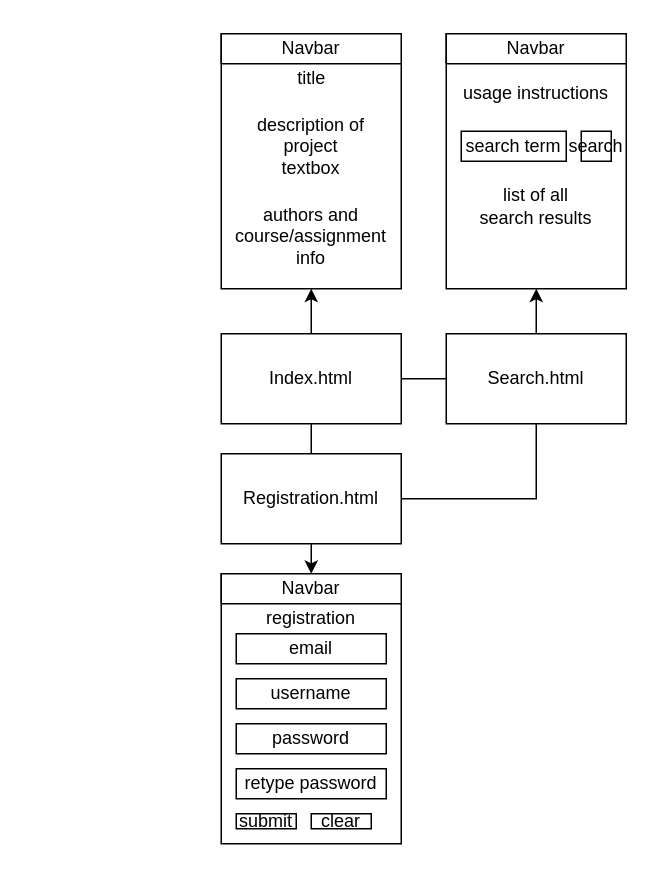
Earlier version of the draw.io diagram wireframes/WireframesAssign2.drawio (sliceofpizzaxd/CST8285-Assignment2). Source tidied: cells renumbered, new cells numbered last; positions are measured from the earlier drawing's top-left corner, leaving out a move shared by most shapes. Both pictures are drawn from the tidied source at 150%, with x=0, y=0 at pixel (220, 26).
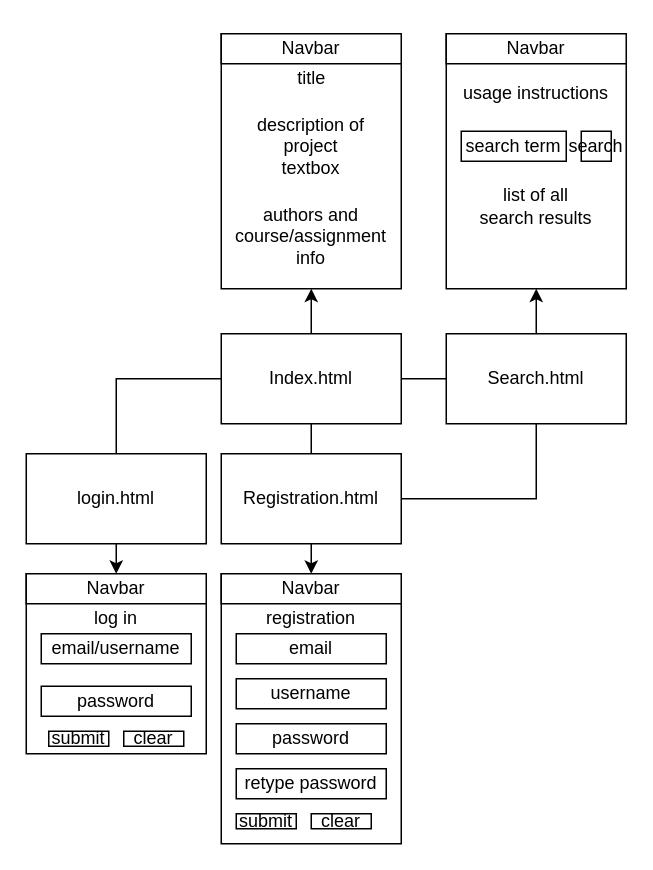
The same diagram, later.

The change refers to these unchanged cells:
```xml
<mxCell id="3" value="Index.html" style="rounded=0;whiteSpace=wrap;html=1;" parent="1" vertex="1">
  <mxGeometry y="205" width="120" height="60" as="geometry" />
</mxCell>
```

The edit, as a diff of the source:
```diff
@@
+    <mxCell id="42" style="edgeStyle=orthogonalEdgeStyle;rounded=0;jettySize=auto;html=1;entryX=0;entryY=0.5;entryDx=0;entryDy=0;exitX=0;exitY=0.5;exitDx=0;exitDy=0;" parent="1" edge="1" source="3" target="43">
+      <mxGeometry relative="1" as="geometry" />
+    </mxCell>
+    <mxCell id="43" style="rounded=0;whiteSpace=wrap;html=1;direction=south;" parent="1" vertex="1">
+      <mxGeometry x="-130" y="365" width="120" height="120" as="geometry" />
+    </mxCell>
+    <mxCell id="44" style="rounded=0;whiteSpace=wrap;html=1;" parent="1" vertex="1">
+      <mxGeometry x="-130" y="365" width="120" height="20" as="geometry" />
+    </mxCell>
+    <mxCell id="45" value="Navbar" style="text;html=1;align=center;verticalAlign=middle;whiteSpace=wrap;rounded=0;" parent="1" vertex="1">
+      <mxGeometry x="-100" y="360" width="60" height="30" as="geometry" />
+    </mxCell>
+    <mxCell id="46" value="log in" style="text;html=1;align=center;verticalAlign=middle;whiteSpace=wrap;rounded=0;" parent="1" vertex="1">
+      <mxGeometry x="-115" y="375" width="90" height="40" as="geometry" />
+    </mxCell>
+    <mxCell id="47" style="rounded=0;whiteSpace=wrap;html=1;" parent="1" vertex="1">
+      <mxGeometry x="-120" y="405" width="100" height="20" as="geometry" />
+    </mxCell>
+    <mxCell id="48" style="rounded=0;whiteSpace=wrap;html=1;" parent="1" vertex="1">
+      <mxGeometry x="-120" y="440" width="100" height="20" as="geometry" />
+    </mxCell>
+    <mxCell id="49" style="rounded=0;whiteSpace=wrap;html=1;" parent="1" vertex="1">
+      <mxGeometry x="-115" y="470" width="40" height="10" as="geometry" />
+    </mxCell>
+    <mxCell id="50" style="rounded=0;whiteSpace=wrap;html=1;" parent="1" vertex="1">
+      <mxGeometry x="-65" y="470" width="40" height="10" as="geometry" />
+    </mxCell>
+    <mxCell id="51" value="email/username" style="text;html=1;align=center;verticalAlign=middle;whiteSpace=wrap;rounded=0;" parent="1" vertex="1">
+      <mxGeometry x="-120" y="400" width="100" height="30" as="geometry" />
+    </mxCell>
+    <mxCell id="52" value="password" style="text;html=1;align=center;verticalAlign=middle;whiteSpace=wrap;rounded=0;" parent="1" vertex="1">
+      <mxGeometry x="-100" y="435" width="60" height="30" as="geometry" />
+    </mxCell>
+    <mxCell id="53" value="clear" style="text;html=1;align=center;verticalAlign=middle;whiteSpace=wrap;rounded=0;" parent="1" vertex="1">
+      <mxGeometry x="-75" y="460" width="60" height="30" as="geometry" />
+    </mxCell>
+    <mxCell id="54" value="submit" style="text;html=1;align=center;verticalAlign=middle;whiteSpace=wrap;rounded=0;" parent="1" vertex="1">
+      <mxGeometry x="-125" y="460" width="60" height="30" as="geometry" />
+    </mxCell>
+    <mxCell id="55" style="edgeStyle=orthogonalEdgeStyle;rounded=0;orthogonalLoop=1;jettySize=auto;html=1;exitX=1;exitY=0.5;exitDx=0;exitDy=0;" parent="1" edge="1" source="43" target="43">
+      <mxGeometry relative="1" as="geometry" />
+    </mxCell>
+    <mxCell id="56" style="edgeStyle=orthogonalEdgeStyle;rounded=0;orthogonalLoop=1;jettySize=auto;html=1;exitX=1;exitY=0.5;exitDx=0;exitDy=0;" parent="1" edge="1" source="43" target="43">
+      <mxGeometry relative="1" as="geometry" />
+    </mxCell>
+    <mxCell id="57" value="login.html" style="rounded=0;whiteSpace=wrap;html=1;" parent="1" vertex="1">
+      <mxGeometry x="-130" y="285" width="120" height="60" as="geometry" />
+    </mxCell>
```
